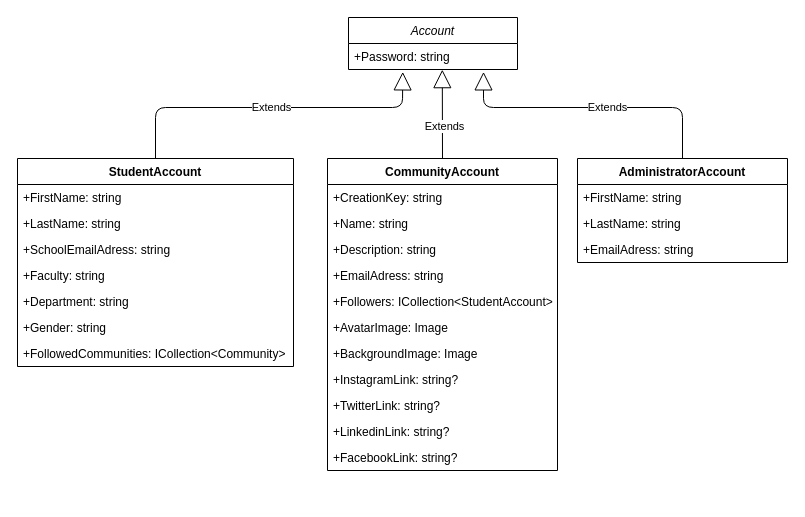
MustafaKANLI/BildirWebPublic keeps this draw.io diagram as class_diagram_section/account_class_diagram.drawio. Above is the earlier version. Source tidied: cells renumbered, new cells numbered last; positions are measured from the earlier drawing's top-left corner, leaving out a move shared by most shapes. Both pictures are drawn from the tidied source at 100%, with x=0, y=0 at pixel (17, 17).
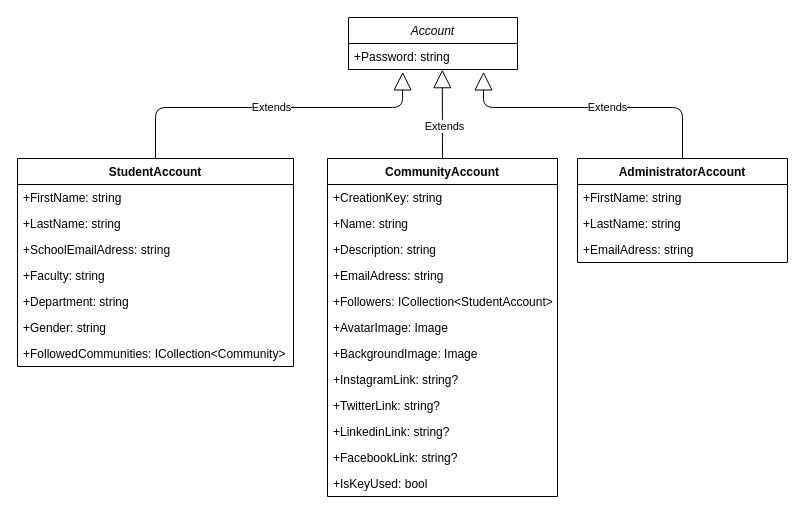
The same page after the edit.

Commit message (it also covers changes not shown here):
CommunityAccount updated: IsKeyUsed property added

The edit, as a diff of the source:
```diff
@@
     <mxCell id="19" value="CommunityAccount" style="swimlane;fontStyle=1;align=center;verticalAlign=top;horizontal=1;startSize=26;" parent="1" vertex="1">
-      <mxGeometry x="310" y="141" width="230" height="312" as="geometry" />
+      <mxGeometry x="310" y="141" width="230" height="338" as="geometry" />
     </mxCell>
@@
+    <mxCell id="31" value="+IsKeyUsed: bool" style="text;strokeColor=none;fillColor=none;align=left;verticalAlign=top;spacingLeft=4;spacingRight=4;overflow=hidden;" parent="19" vertex="1">
+      <mxGeometry y="312" width="230" height="26" as="geometry" />
+    </mxCell>
```
